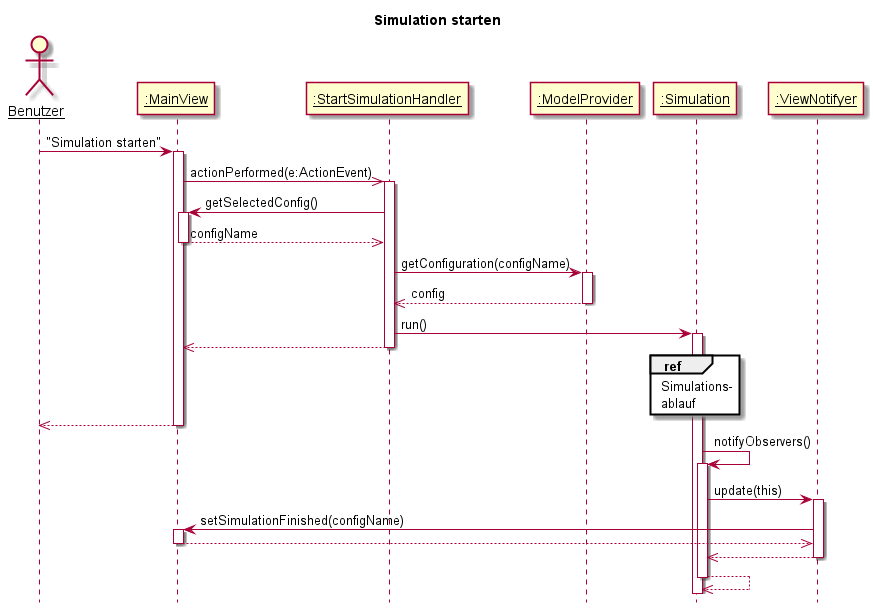
max-97/pse keeps this PlantUML diagram as Entwurf/Diagramme/Sequenzdiagramme/sequenz_simulationstarten_mitobs.png. Above is the earlier version.
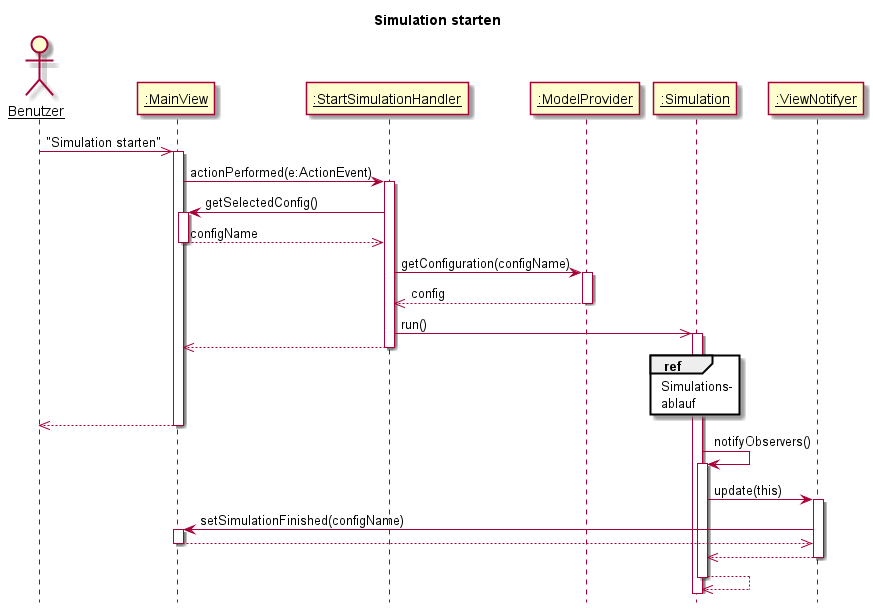
Later version of the same file.

Commit message:
Überarbeitete Präsentation und Klassendiagramme

The edit, as a diff of the source:
```diff
@@ -12,9 +12,9 @@
 
 
 
-U -> MV: "Simulation starten"
+U ->> MV: "Simulation starten"
 activate MV
-AL <<- MV: actionPerformed(e:ActionEvent)
+AL <- MV: actionPerformed(e:ActionEvent)
 activate AL
 
 MV <- AL: getSelectedConfig()
@@ -27,7 +27,7 @@
 AL <<-- MP: config
 deactivate MP
 
-AL -> S :run()
+AL ->> S :run()
 activate S
 MV <<-- AL
 deactivate AL
```
